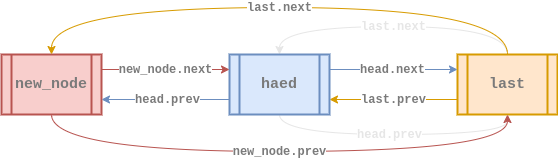
Before: assets/data-structure/linked-list/cll-doubly-insert_at5.png, a diagram exported from draw.io (euisblue/vue-blog). Source tidied: cells renumbered, new cells last; positions are measured from the earlier drawing's top-left corner, leaving out a move shared by most shapes.
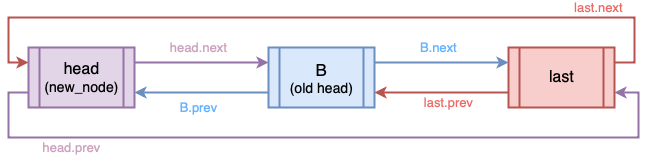
The same diagram one commit later.

Change to the diagram source:
```diff
@@ -2,58 +2,57 @@
   <root>
     <mxCell id="0" />
     <mxCell id="1" parent="0" />
-    <mxCell id="2" value="&lt;b style=&quot;color: rgb(0 , 0 , 0) ; font-size: 11px ; font-style: normal ; letter-spacing: normal ; text-align: center ; text-indent: 0px ; text-transform: none ; word-spacing: 0px ; font-family: &amp;#34;courier new&amp;#34;&quot;&gt;&lt;font color=&quot;#7a7a7a&quot; style=&quot;font-size: 12px&quot;&gt;last.prev&lt;/font&gt;&lt;/b&gt;" style="edgeStyle=none;rounded=0;sketch=0;jettySize=auto;html=1;exitX=0;exitY=0.75;exitDx=0;exitDy=0;entryX=1;entryY=0.75;entryDx=0;entryDy=0;strokeColor=#d79b00;strokeWidth=1;fillColor=#ffe6cc;" parent="1" edge="1" source="4" target="7">
-      <mxGeometry relative="1" as="geometry" />
+    <mxCell id="2" value="&lt;font color=&quot;#cda2be&quot; size=&quot;2&quot;&gt;&lt;span&gt;head.next&lt;/span&gt;&lt;/font&gt;" style="edgeStyle=orthogonalEdgeStyle;rounded=0;jettySize=auto;html=1;exitX=1;exitY=0.25;exitDx=0;exitDy=0;entryX=0;entryY=0.25;entryDx=0;entryDy=0;fillColor=#e1d5e7;strokeColor=#9673a6;strokeWidth=2;labelBackgroundColor=none;labelBorderColor=none;fontFamily=Helvetica;" parent="1" edge="1" source="4" target="6">
+      <mxGeometry x="-0.04" y="15" relative="1" as="geometry" />
     </mxCell>
-    <mxCell id="3" value="&lt;b style=&quot;font-size: 11px ; font-style: normal ; letter-spacing: normal ; text-align: center ; text-indent: 0px ; text-transform: none ; word-spacing: 0px ; font-family: &amp;#34;courier new&amp;#34;&quot;&gt;&lt;font style=&quot;font-size: 12px&quot; color=&quot;#e6e6e6&quot;&gt;last.next&lt;/font&gt;&lt;/b&gt;" style="edgeStyle=orthogonalEdgeStyle;rounded=0;jettySize=auto;html=1;exitX=0.5;exitY=0;exitDx=0;exitDy=0;entryX=0.5;entryY=0;entryDx=0;entryDy=0;curved=1;fillColor=#ffe6cc;strokeColor=#E6E6E6;" parent="1" edge="1" source="4" target="7">
-      <mxGeometry relative="1" as="geometry">
+    <mxCell id="3" value="&lt;font color=&quot;#cda2be&quot; size=&quot;2&quot;&gt;&lt;span&gt;head.prev&lt;/span&gt;&lt;/font&gt;" style="edgeStyle=orthogonalEdgeStyle;rounded=0;jettySize=auto;html=1;exitX=0;exitY=0.75;exitDx=0;exitDy=0;entryX=1;entryY=0.75;entryDx=0;entryDy=0;labelBackgroundColor=none;strokeWidth=2;fontFamily=Helvetica;fontColor=#666666;align=center;fillColor=#e1d5e7;strokeColor=#9673a6;" parent="1" edge="1" source="4" target="8">
+      <mxGeometry x="-0.66" y="-10" relative="1" as="geometry">
         <Array as="points">
-          <mxPoint x="506" y="19" />
-          <mxPoint x="278" y="19" />
+          <mxPoint x="436" y="92" />
+          <mxPoint x="436" y="137" />
+          <mxPoint x="1066" y="137" />
+          <mxPoint x="1066" y="92" />
         </Array>
       </mxGeometry>
     </mxCell>
-    <mxCell id="4" value="&lt;b&gt;&lt;font style=&quot;font-size: 15px ; font-style: normal&quot; face=&quot;Courier New&quot; color=&quot;#7a7a7a&quot;&gt;last&lt;/font&gt;&lt;/b&gt;" style="shape=process;whiteSpace=wrap;html=1;backgroundOutline=1;fillColor=#ffe6cc;strokeColor=#d79b00;gradientDirection=east;strokeWidth=2;shadow=0;glass=0;sketch=0;fontStyle=2;" parent="1" vertex="1">
-      <mxGeometry x="456" y="47" width="100" height="60" as="geometry" />
+    <mxCell id="4" value="&lt;font&gt;&lt;font style=&quot;font-size: 16px&quot;&gt;head&lt;br&gt;&lt;/font&gt;(new_node)&lt;br&gt;&lt;/font&gt;" style="shape=process;whiteSpace=wrap;html=1;backgroundOutline=1;strokeWidth=2;fillColor=#e1d5e7;strokeColor=#9673a6;fontStyle=0;fontFamily=Helvetica;fontSize=14;labelBackgroundColor=none;labelBorderColor=none;" parent="1" vertex="1">
+      <mxGeometry x="456" y="47" width="106" height="60" as="geometry" />
     </mxCell>
-    <mxCell id="5" value="&lt;b style=&quot;font-size: 11px ; letter-spacing: normal ; text-align: center ; text-indent: 0px ; text-transform: none ; word-spacing: 0px ; font-family: &amp;#34;courier new&amp;#34;&quot;&gt;&lt;font style=&quot;font-size: 12px&quot; color=&quot;#7a7a7a&quot;&gt;head.next&lt;/font&gt;&lt;/b&gt;" style="rounded=0;sketch=0;jettySize=auto;html=1;exitX=1;exitY=0.25;exitDx=0;exitDy=0;entryX=0;entryY=0.25;entryDx=0;entryDy=0;strokeColor=#6c8ebf;strokeWidth=1;fillColor=#dae8fc;fontStyle=0;" parent="1" edge="1" source="7" target="4">
-      <mxGeometry x="-0.01" relative="1" as="geometry" />
+    <mxCell id="5" value="&lt;span style=&quot;color: rgb(102 , 178 , 255) ; font-size: 13px&quot;&gt;B.prev&lt;/span&gt;" style="edgeStyle=orthogonalEdgeStyle;rounded=0;jettySize=auto;html=1;exitX=0;exitY=0.75;exitDx=0;exitDy=0;entryX=1;entryY=0.75;entryDx=0;entryDy=0;fillColor=#dae8fc;strokeColor=#6c8ebf;strokeWidth=2;labelBackgroundColor=none;labelBorderColor=none;fontFamily=Helvetica;align=center;" parent="1" edge="1" source="6" target="4">
+      <mxGeometry x="0.49" y="34" relative="1" as="geometry">
+        <Array as="points">
+          <mxPoint x="596" y="92" />
+          <mxPoint x="596" y="92" />
+        </Array>
+        <mxPoint x="30" y="-19" as="offset" />
+      </mxGeometry>
     </mxCell>
-    <mxCell id="6" value="&lt;b style=&quot;font-size: 11px ; font-style: normal ; letter-spacing: normal ; text-align: center ; text-indent: 0px ; text-transform: none ; word-spacing: 0px ; font-family: &amp;#34;courier new&amp;#34;&quot;&gt;&lt;font style=&quot;font-size: 12px&quot; color=&quot;#e6e6e6&quot;&gt;head.prev&lt;/font&gt;&lt;/b&gt;" style="edgeStyle=orthogonalEdgeStyle;rounded=0;jettySize=auto;html=1;exitX=0.5;exitY=1;exitDx=0;exitDy=0;entryX=0.5;entryY=1;entryDx=0;entryDy=0;fillColor=#dae8fc;curved=1;strokeColor=#E6E6E6;" parent="1" edge="1" source="7" target="4">
-      <mxGeometry x="-0.03" relative="1" as="geometry">
-        <Array as="points">
-          <mxPoint x="278" y="127" />
-          <mxPoint x="506" y="127" />
-        </Array>
-      </mxGeometry>
+    <mxCell id="6" value="&lt;font&gt;&lt;font style=&quot;font-size: 17px&quot;&gt;B&lt;br&gt;&lt;/font&gt;(old head)&lt;br&gt;&lt;/font&gt;" style="shape=process;whiteSpace=wrap;html=1;backgroundOutline=1;strokeWidth=2;fillColor=#dae8fc;strokeColor=#6c8ebf;fontStyle=0;fontFamily=Helvetica;fontSize=14;labelBackgroundColor=none;labelBorderColor=none;" parent="1" vertex="1">
+      <mxGeometry x="696" y="47" width="106" height="60" as="geometry" />
     </mxCell>
-    <mxCell id="7" value="&lt;div&gt;&lt;font color=&quot;#7a7a7a&quot; face=&quot;courier new&quot; style=&quot;font-size: 15px&quot;&gt;haed&lt;/font&gt;&lt;/div&gt;" style="shape=process;whiteSpace=wrap;html=1;backgroundOutline=1;fillColor=#dae8fc;strokeColor=#6c8ebf;gradientDirection=east;strokeWidth=2;shadow=0;glass=0;align=center;sketch=0;fontStyle=1;" parent="1" vertex="1">
-      <mxGeometry x="228" y="47" width="100" height="60" as="geometry" />
+    <mxCell id="7" value="&lt;span style=&quot;color: rgb(234 , 107 , 102)&quot;&gt;&lt;font style=&quot;font-size: 13px&quot;&gt;last.prev&lt;/font&gt;&lt;/span&gt;" style="edgeStyle=orthogonalEdgeStyle;rounded=0;jettySize=auto;html=1;exitX=0;exitY=0.75;exitDx=0;exitDy=0;entryX=1;entryY=0.75;entryDx=0;entryDy=0;labelBackgroundColor=none;strokeWidth=2;fontFamily=Helvetica;fontColor=#666666;align=center;fillColor=#f8cecc;strokeColor=#b85450;" parent="1" edge="1" source="8" target="6">
+      <mxGeometry x="-0.1" y="10" relative="1" as="geometry" />
     </mxCell>
-    <mxCell id="8" value="&lt;font color=&quot;#7a7a7a&quot; face=&quot;courier new&quot;&gt;&lt;span style=&quot;font-size: 12px&quot;&gt;&lt;b&gt;new_node.next&lt;/b&gt;&lt;/span&gt;&lt;/font&gt;" style="edgeStyle=orthogonalEdgeStyle;curved=1;rounded=0;jettySize=auto;html=1;exitX=1;exitY=0.25;exitDx=0;exitDy=0;entryX=0;entryY=0.25;entryDx=0;entryDy=0;fillColor=#f8cecc;strokeColor=#b85450;" parent="1" edge="1" source="10" target="7">
-      <mxGeometry relative="1" as="geometry" />
+    <mxCell id="8" value="&lt;font&gt;&lt;font style=&quot;font-size: 16px&quot;&gt;last&lt;/font&gt;&lt;br&gt;&lt;/font&gt;" style="shape=process;whiteSpace=wrap;html=1;backgroundOutline=1;strokeWidth=2;fillColor=#f8cecc;strokeColor=#b85450;fontStyle=0;fontFamily=Helvetica;fontSize=14;labelBackgroundColor=none;labelBorderColor=none;" parent="1" vertex="1">
+      <mxGeometry x="936" y="47" width="106" height="60" as="geometry" />
     </mxCell>
-    <mxCell id="9" value="&lt;b style=&quot;color: rgb(0 , 0 , 0) ; font-size: 11px ; font-style: normal ; letter-spacing: normal ; text-align: center ; text-indent: 0px ; text-transform: none ; word-spacing: 0px ; font-family: &amp;#34;courier new&amp;#34;&quot;&gt;&lt;font color=&quot;#7a7a7a&quot; style=&quot;font-size: 12px&quot;&gt;new_node.prev&lt;/font&gt;&lt;/b&gt;" style="edgeStyle=orthogonalEdgeStyle;curved=1;rounded=0;jettySize=auto;html=1;exitX=0.5;exitY=1;exitDx=0;exitDy=0;entryX=0.5;entryY=1;entryDx=0;entryDy=0;strokeColor=#b85450;fillColor=#f8cecc;" parent="1" edge="1" source="10" target="4">
-      <mxGeometry relative="1" as="geometry">
+    <mxCell id="9" value="&lt;span style=&quot;color: rgb(102 , 178 , 255) ; font-size: 13px&quot;&gt;B.next&lt;/span&gt;" style="edgeStyle=orthogonalEdgeStyle;rounded=0;jettySize=auto;html=1;exitX=1;exitY=0.25;exitDx=0;exitDy=0;entryX=0;entryY=0.25;entryDx=0;entryDy=0;labelBackgroundColor=none;strokeWidth=2;fontFamily=Helvetica;fontColor=#666666;align=center;fillColor=#dae8fc;strokeColor=#6c8ebf;" parent="1" edge="1" source="6" target="8">
+      <mxGeometry x="-0.04" y="15" relative="1" as="geometry">
         <Array as="points">
-          <mxPoint x="50" y="144" />
-          <mxPoint x="506" y="144" />
+          <mxPoint x="856" y="62" />
+          <mxPoint x="856" y="62" />
         </Array>
       </mxGeometry>
     </mxCell>
-    <mxCell id="10" value="&lt;div&gt;&lt;font color=&quot;#7a7a7a&quot; face=&quot;courier new&quot;&gt;&lt;span style=&quot;font-size: 15px&quot;&gt;new_node&lt;/span&gt;&lt;/font&gt;&lt;/div&gt;" style="shape=process;whiteSpace=wrap;html=1;backgroundOutline=1;fillColor=#f8cecc;strokeColor=#b85450;gradientDirection=east;strokeWidth=2;shadow=0;glass=0;align=center;sketch=0;fontStyle=1;" parent="1" vertex="1">
-      <mxGeometry y="47" width="100" height="60" as="geometry" />
+    <mxCell id="10" value="&lt;span style=&quot;color: rgb(234 , 107 , 102) ; font-size: 13px&quot;&gt;last.next&lt;/span&gt;" style="edgeStyle=orthogonalEdgeStyle;rounded=0;jettySize=auto;html=1;exitX=1;exitY=0.25;exitDx=0;exitDy=0;labelBackgroundColor=none;strokeWidth=2;fontFamily=Helvetica;fontColor=#666666;align=center;fillColor=#f8cecc;strokeColor=#b85450;entryX=0;entryY=0.25;entryDx=0;entryDy=0;" parent="1" edge="1" source="8" target="4">
+      <mxGeometry x="-0.73" y="-10" relative="1" as="geometry">
+        <Array as="points">
+          <mxPoint x="1062" y="62" />
+          <mxPoint x="1062" y="17" />
+          <mxPoint x="436" y="17" />
+          <mxPoint x="436" y="62" />
+        </Array>
+      </mxGeometry>
     </mxCell>
-    <mxCell id="11" value="&lt;b style=&quot;color: rgb(0 , 0 , 0) ; font-size: 11px ; font-style: normal ; letter-spacing: normal ; text-align: center ; text-indent: 0px ; text-transform: none ; word-spacing: 0px ; font-family: &amp;#34;courier new&amp;#34;&quot;&gt;&lt;font color=&quot;#7a7a7a&quot; style=&quot;font-size: 12px&quot;&gt;last.next&lt;/font&gt;&lt;/b&gt;" style="edgeStyle=orthogonalEdgeStyle;rounded=0;jettySize=auto;html=1;exitX=0.5;exitY=0;exitDx=0;exitDy=0;entryX=0.5;entryY=0;entryDx=0;entryDy=0;strokeColor=#d79b00;curved=1;fillColor=#ffe6cc;" parent="1" edge="1" source="4" target="10">
-      <mxGeometry relative="1" as="geometry">
-        <Array as="points">
-          <mxPoint x="506" />
-          <mxPoint x="50" />
-        </Array>
-      </mxGeometry>
-    </mxCell>
-    <mxCell id="12" value="&lt;b style=&quot;color: rgb(0 , 0 , 0) ; font-size: 11px ; font-style: normal ; letter-spacing: normal ; text-align: center ; text-indent: 0px ; text-transform: none ; word-spacing: 0px ; font-family: &amp;#34;courier new&amp;#34;&quot;&gt;&lt;font color=&quot;#7a7a7a&quot; style=&quot;font-size: 12px&quot;&gt;head.prev&lt;/font&gt;&lt;/b&gt;" style="rounded=0;jettySize=auto;html=1;exitX=0;exitY=0.75;exitDx=0;exitDy=0;entryX=1;entryY=0.75;entryDx=0;entryDy=0;fillColor=#dae8fc;strokeColor=#6c8ebf;" parent="1" edge="1" source="7" target="10">
-      <mxGeometry x="-0.03" relative="1" as="geometry" />
-    </mxCell>
   </root>
 </mxGraphModel>
```
